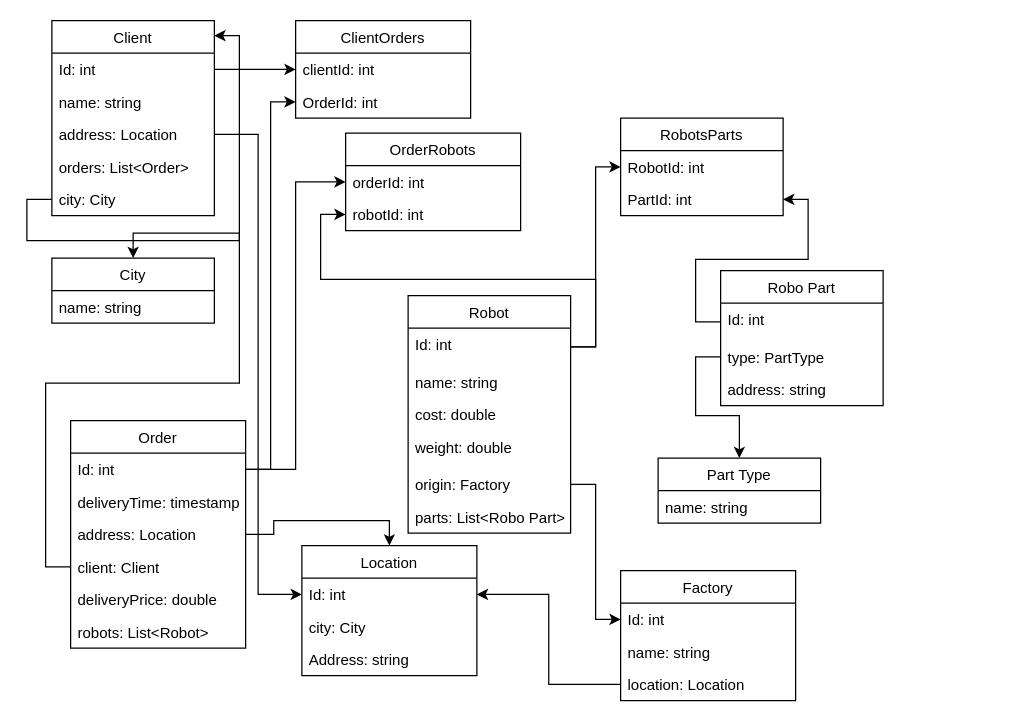
Above: Entity Diagram.drawio in Bl4ck-C4t/Robot-factory (draw.io), before the change. Source tidied: cells renumbered, new cells numbered last; positions are measured from the earlier drawing's top-left corner, leaving out a move shared by most shapes. Both pictures are drawn from the tidied source at 125%, with x=0, y=0 at pixel (51, 20).
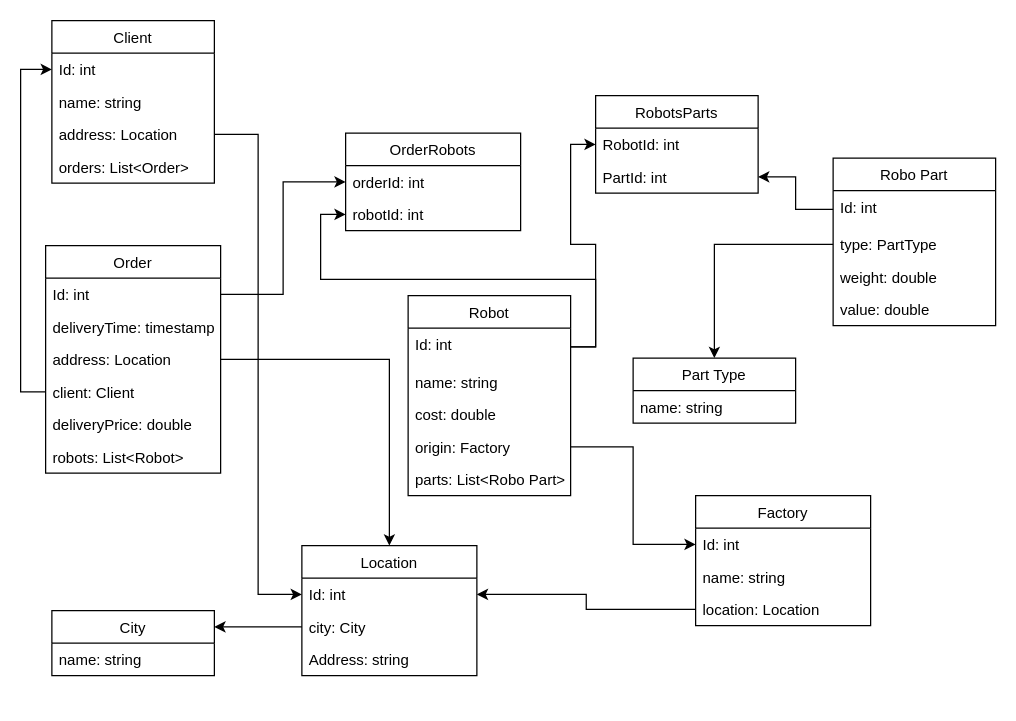
Above is the later version.

Commit message:
Refactored diagram

Unchanged cells that the change refers to:
```xml
<mxCell id="14" value="Id: int" style="text;strokeColor=none;fillColor=none;align=left;verticalAlign=top;spacingLeft=4;spacingRight=4;overflow=hidden;points=[[0,0.5],[1,0.5]];portConstraint=eastwest;" parent="13" vertex="1">
  <mxGeometry y="26" width="130" height="26" as="geometry" />
</mxCell>
<mxCell id="31" value="city: City" style="text;strokeColor=none;fillColor=none;align=left;verticalAlign=top;spacingLeft=4;spacingRight=4;overflow=hidden;points=[[0,0.5],[1,0.5]];portConstraint=eastwest;" parent="29" vertex="1">
  <mxGeometry y="52" width="140" height="26" as="geometry" />
</mxCell>
<mxCell id="37" value="Id: int" style="text;strokeColor=none;fillColor=none;align=left;verticalAlign=top;spacingLeft=4;spacingRight=4;overflow=hidden;points=[[0,0.5],[1,0.5]];portConstraint=eastwest;" parent="36" vertex="1">
  <mxGeometry y="26" width="140" height="26" as="geometry" />
</mxCell>
<mxCell id="40" value="client: Client" style="text;strokeColor=none;fillColor=none;align=left;verticalAlign=top;spacingLeft=4;spacingRight=4;overflow=hidden;points=[[0,0.5],[1,0.5]];portConstraint=eastwest;" parent="36" vertex="1">
  <mxGeometry y="104" width="140" height="26" as="geometry" />
</mxCell>
```

Change to the diagram source:
```diff
@@
     <mxCell id="2" value="Robo Part" style="swimlane;fontStyle=0;horizontal=1;startSize=26;fillColor=none;" parent="1" vertex="1">
-      <mxGeometry x="535" y="200" width="130" height="108" as="geometry" />
+      <mxGeometry x="625" y="110" width="130" height="134" as="geometry" />
     </mxCell>
@@
-    <mxCell id="5" value="address: string" style="text;strokeColor=none;fillColor=none;align=left;verticalAlign=top;spacingLeft=4;spacingRight=4;overflow=hidden;" parent="2" vertex="1">
-      <mxGeometry y="82" width="130" height="26" as="geometry" />
-    </mxCell>
+    <mxCell id="10" value="weight: double" style="text;strokeColor=none;fillColor=none;align=left;verticalAlign=top;spacingLeft=4;spacingRight=4;overflow=hidden;" parent="2" vertex="1">
+      <mxGeometry y="82" width="130" height="26" as="geometry" />
+    </mxCell>
+    <mxCell id="60" value="value: double" style="text;strokeColor=none;fillColor=none;align=left;verticalAlign=top;spacingLeft=4;spacingRight=4;overflow=hidden;" parent="2" vertex="1">
+      <mxGeometry y="108" width="130" height="26" as="geometry" />
+    </mxCell>
     <mxCell id="6" value="Robot" style="swimlane;fontStyle=0;horizontal=1;startSize=26;fillColor=none;" parent="1" vertex="1">
-      <mxGeometry x="285" y="220" width="130" height="190" as="geometry" />
+      <mxGeometry x="285" y="220" width="130" height="160" as="geometry" />
     </mxCell>
@@
-    <mxCell id="10" value="weight: double&#10;" style="text;strokeColor=none;fillColor=none;spacingLeft=4;spacingRight=4;overflow=hidden;fontSize=12;" parent="6" vertex="1">
-      <mxGeometry y="108" width="130" height="30" as="geometry" />
-    </mxCell>
     <mxCell id="11" value="origin: Factory" style="text;strokeColor=none;fillColor=none;align=left;verticalAlign=top;spacingLeft=4;spacingRight=4;overflow=hidden;points=[[0,0.5],[1,0.5]];portConstraint=eastwest;" parent="6" vertex="1">
-      <mxGeometry y="138" width="130" height="26" as="geometry" />
+      <mxGeometry y="108" width="130" height="26" as="geometry" />
     </mxCell>
     <mxCell id="12" value="parts: List&lt;Robo Part&gt;" style="text;strokeColor=none;fillColor=none;align=left;verticalAlign=top;spacingLeft=4;spacingRight=4;overflow=hidden;" parent="6" vertex="1">
-      <mxGeometry y="164" width="130" height="26" as="geometry" />
+      <mxGeometry y="134" width="130" height="26" as="geometry" />
     </mxCell>
     <mxCell id="13" value="Client" style="swimlane;fontStyle=0;horizontal=1;startSize=26;fillColor=none;" parent="1" vertex="1">
-      <mxGeometry width="130" height="156" as="geometry" />
+      <mxGeometry width="130" height="130" as="geometry" />
     </mxCell>
@@
-    <mxCell id="18" value="city: City" style="text;strokeColor=none;fillColor=none;align=left;verticalAlign=top;spacingLeft=4;spacingRight=4;overflow=hidden;points=[[0,0.5],[1,0.5]];portConstraint=eastwest;" parent="13" vertex="1">
-      <mxGeometry y="130" width="130" height="26" as="geometry" />
-    </mxCell>
     <mxCell id="19" value="Part Type" style="swimlane;fontStyle=0;horizontal=1;startSize=26;fillColor=none;" parent="1" vertex="1">
-      <mxGeometry x="485" y="350" width="130" height="52" as="geometry" />
+      <mxGeometry x="465" y="270" width="130" height="52" as="geometry" />
     </mxCell>
@@
     <mxCell id="22" value="RobotsParts" style="swimlane;fontStyle=0;horizontal=1;startSize=26;fillColor=none;" parent="1" vertex="1">
-      <mxGeometry x="455" y="78" width="130" height="78" as="geometry" />
+      <mxGeometry x="435" y="60" width="130" height="78" as="geometry" />
     </mxCell>
@@
     <mxCell id="27" value="City" style="swimlane;fontStyle=0;horizontal=1;startSize=26;fillColor=none;" parent="1" vertex="1">
-      <mxGeometry y="190" width="130" height="52" as="geometry" />
+      <mxGeometry y="472" width="130" height="52" as="geometry" />
     </mxCell>
@@
     <mxCell id="36" value="Order" style="swimlane;fontStyle=0;horizontal=1;startSize=26;fillColor=none;" parent="1" vertex="1">
-      <mxGeometry x="15" y="320" width="140" height="182" as="geometry" />
+      <mxGeometry x="-5" y="180" width="140" height="182" as="geometry" />
     </mxCell>
@@
-    <mxCell id="46" style="edgeStyle=orthogonalEdgeStyle;rounded=0;jettySize=auto;html=1;exitX=0;exitY=0.5;exitDx=0;exitDy=0;entryX=1;entryY=0.077;entryDx=0;entryDy=0;entryPerimeter=0;" parent="1" edge="1" source="40" target="13">
-      <mxGeometry relative="1" as="geometry" />
-    </mxCell>
-    <mxCell id="47" style="edgeStyle=orthogonalEdgeStyle;rounded=0;jettySize=auto;html=1;exitX=0;exitY=0.5;exitDx=0;exitDy=0;entryX=0.5;entryY=0;entryDx=0;entryDy=0;" parent="1" edge="1" source="18" target="27">
-      <mxGeometry relative="1" as="geometry" />
-    </mxCell>
     <mxCell id="48" value="Factory" style="swimlane;fontStyle=0;horizontal=1;startSize=26;fillColor=none;" parent="1" vertex="1">
-      <mxGeometry x="455" y="440" width="140" height="104" as="geometry" />
+      <mxGeometry x="515" y="380" width="140" height="104" as="geometry" />
     </mxCell>
@@
-    <mxCell id="55" value="ClientOrders" style="swimlane;fontStyle=0;horizontal=1;startSize=26;fillColor=none;" parent="1" vertex="1">
-      <mxGeometry x="195" width="140" height="78" as="geometry" />
-    </mxCell>
-    <mxCell id="56" value="clientId: int" style="text;strokeColor=none;fillColor=none;align=left;verticalAlign=top;spacingLeft=4;spacingRight=4;overflow=hidden;points=[[0,0.5],[1,0.5]];portConstraint=eastwest;" parent="55" vertex="1">
-      <mxGeometry y="26" width="140" height="26" as="geometry" />
-    </mxCell>
-    <mxCell id="57" value="OrderId: int" style="text;strokeColor=none;fillColor=none;align=left;verticalAlign=top;spacingLeft=4;spacingRight=4;overflow=hidden;points=[[0,0.5],[1,0.5]];portConstraint=eastwest;" parent="55" vertex="1">
-      <mxGeometry y="52" width="140" height="26" as="geometry" />
-    </mxCell>
-    <mxCell id="58" style="edgeStyle=orthogonalEdgeStyle;rounded=0;jettySize=auto;html=1;exitX=1;exitY=0.5;exitDx=0;exitDy=0;entryX=0;entryY=0.5;entryDx=0;entryDy=0;" parent="1" edge="1" source="14" target="56">
-      <mxGeometry relative="1" as="geometry" />
-    </mxCell>
-    <mxCell id="59" style="edgeStyle=orthogonalEdgeStyle;rounded=0;jettySize=auto;html=1;exitX=1;exitY=0.5;exitDx=0;exitDy=0;entryX=0;entryY=0.5;entryDx=0;entryDy=0;" parent="1" edge="1" source="37" target="57">
-      <mxGeometry relative="1" as="geometry" />
-    </mxCell>
+    <mxCell id="61" style="edgeStyle=orthogonalEdgeStyle;rounded=0;jettySize=auto;html=1;exitX=0;exitY=0.5;exitDx=0;exitDy=0;entryX=1;entryY=0.25;entryDx=0;entryDy=0;" parent="1" edge="1" source="31" target="27">
+      <mxGeometry relative="1" as="geometry" />
+    </mxCell>
+    <mxCell id="62" style="edgeStyle=orthogonalEdgeStyle;rounded=0;jettySize=auto;html=1;exitX=0;exitY=0.5;exitDx=0;exitDy=0;entryX=0;entryY=0.5;entryDx=0;entryDy=0;" parent="1" edge="1" source="40" target="14">
+      <mxGeometry relative="1" as="geometry" />
+    </mxCell>
```
